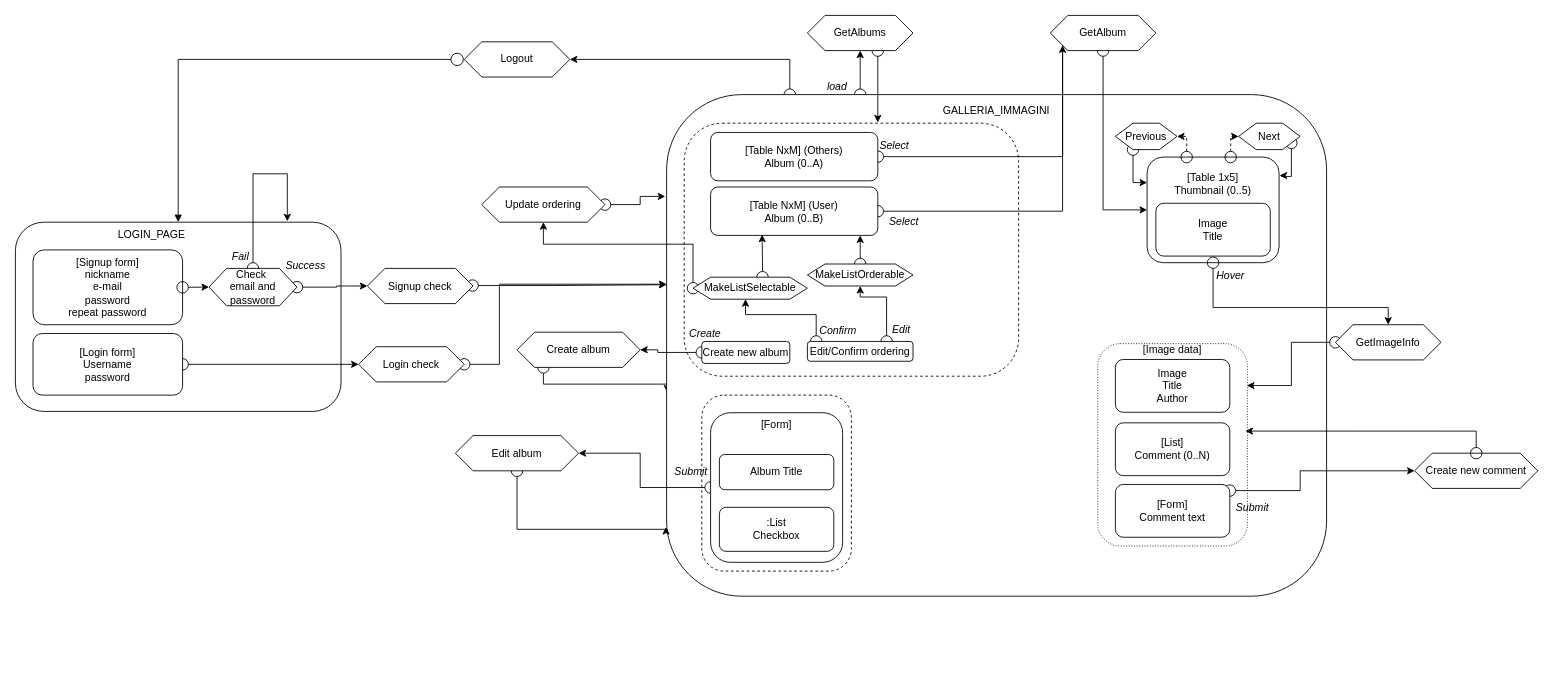
This is Design/Diagramma_IFML.drawio from MizuGreg/TIW-Gallery-2022-RIA, a draw.io file, before an edit. Source tidied: cells renumbered, new cells numbered last; positions are measured from the earlier drawing's top-left corner, leaving out a move shared by most shapes. Both pictures are drawn from the tidied source at 88%, with x=0, y=0 at pixel (15, 15).
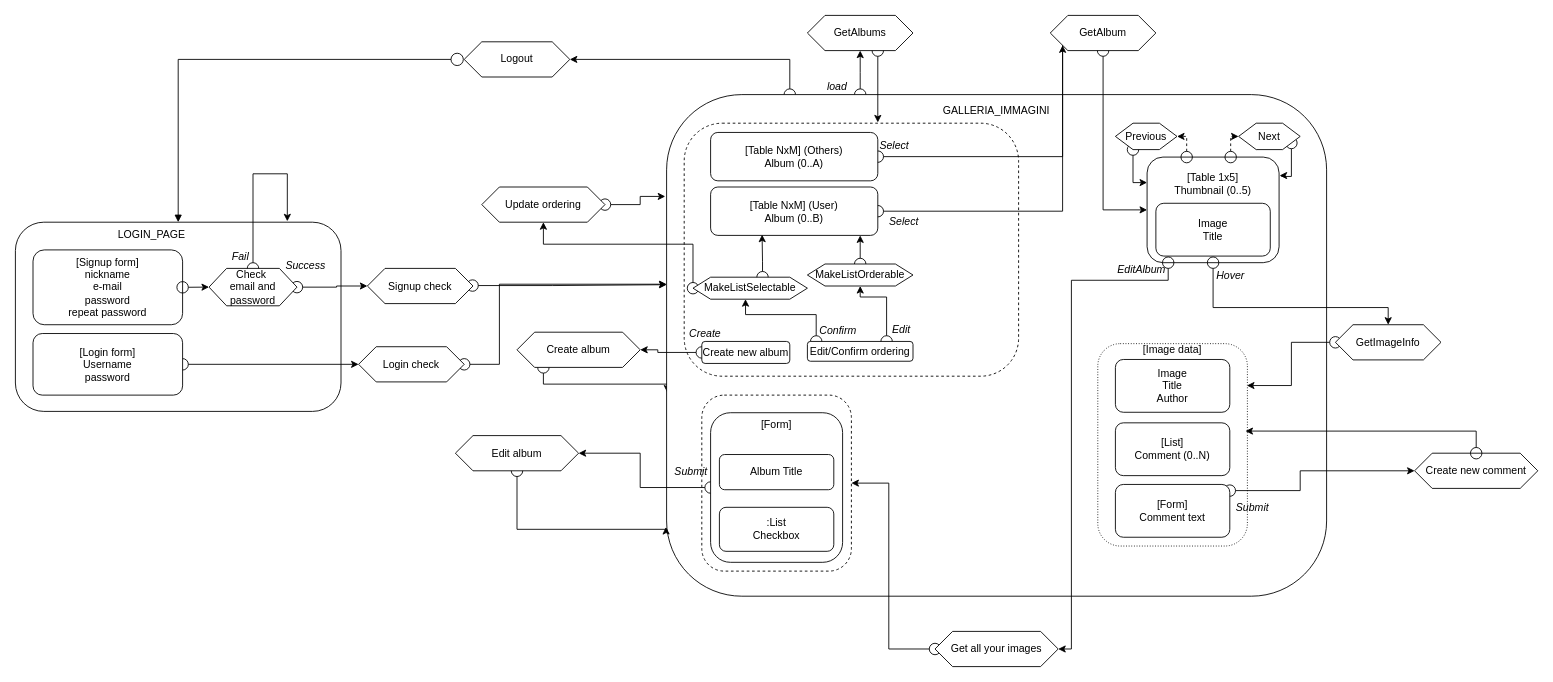
After the change.

Unchanged cells that the change refers to:
```xml
<mxCell id="25" value="[Table 1x5]&lt;br&gt;Thumbnail (0..5)&lt;br&gt;&lt;br&gt;&lt;br&gt;&lt;br&gt;&lt;br&gt;" style="rounded=1;whiteSpace=wrap;html=1;fillColor=none;" parent="1" vertex="1">
  <mxGeometry x="1286" y="161" width="150" height="120" as="geometry" />
</mxCell>
<mxCell id="42" value="&lt;span&gt;&lt;br&gt;&lt;/span&gt;" style="rounded=1;whiteSpace=wrap;html=1;strokeColor=default;dashed=1;" parent="1" vertex="1">
  <mxGeometry x="780" y="431.5" width="170" height="200" as="geometry" />
</mxCell>
```

Diff of the diagram source:
```diff
@@
+    <mxCell id="79" style="edgeStyle=orthogonalEdgeStyle;rounded=0;jettySize=auto;html=1;startArrow=oval;startFill=0;endSize=6;startSize=13;entryX=1;entryY=0.5;entryDx=0;entryDy=0;" parent="1" edge="1" source="25" target="82">
+      <mxGeometry relative="1" as="geometry">
+        <Array as="points">
+          <mxPoint x="1310" y="301" />
+          <mxPoint x="1200" y="301" />
+          <mxPoint x="1200" y="720" />
+        </Array>
+      </mxGeometry>
+    </mxCell>
@@
+    <mxCell id="80" value="&lt;i&gt;EditAlbum&lt;br&gt;&lt;/i&gt;" style="text;html=1;strokeColor=none;fillColor=none;align=center;verticalAlign=middle;whiteSpace=wrap;rounded=0;" parent="1" vertex="1">
+      <mxGeometry x="1250" y="273.5" width="60" height="30" as="geometry" />
+    </mxCell>
+    <mxCell id="81" style="edgeStyle=orthogonalEdgeStyle;rounded=0;jettySize=auto;html=1;entryX=1;entryY=0.5;entryDx=0;entryDy=0;startArrow=oval;startFill=0;startSize=13;endSize=6;" parent="1" edge="1" source="82" target="42">
+      <mxGeometry relative="1" as="geometry" />
+    </mxCell>
+    <mxCell id="82" value="Get all your images" style="shape=hexagon;perimeter=hexagonPerimeter2;whiteSpace=wrap;html=1;fixedSize=1;strokeColor=default;" parent="1" vertex="1">
+      <mxGeometry x="1045" y="700" width="140" height="40" as="geometry" />
+    </mxCell>
```
